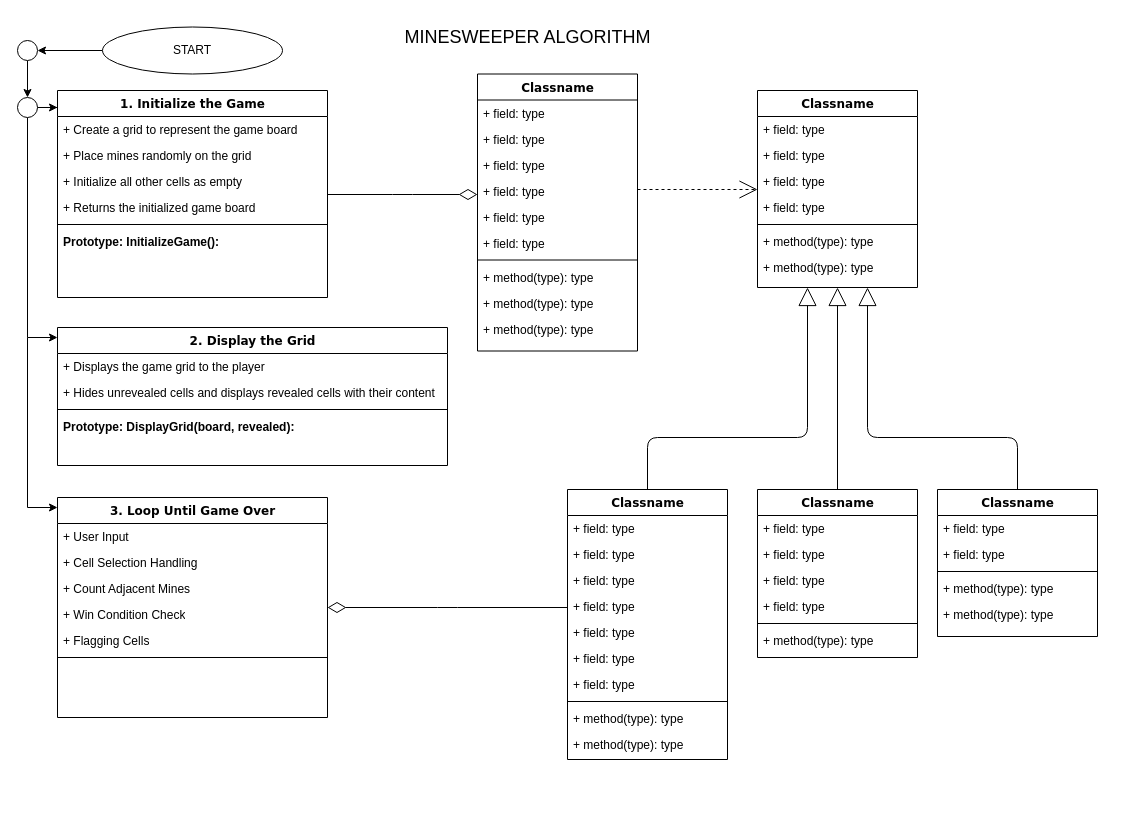
Before: Minesweeper.drawio in lawalTheWest/minesweeper, a draw.io diagram. Source tidied: cells renumbered, new cells numbered last; positions are measured from the earlier drawing's top-left corner, leaving out a move shared by most shapes. Both pictures are drawn from the tidied source at 100%, with x=0, y=0 at pixel (17, 17).
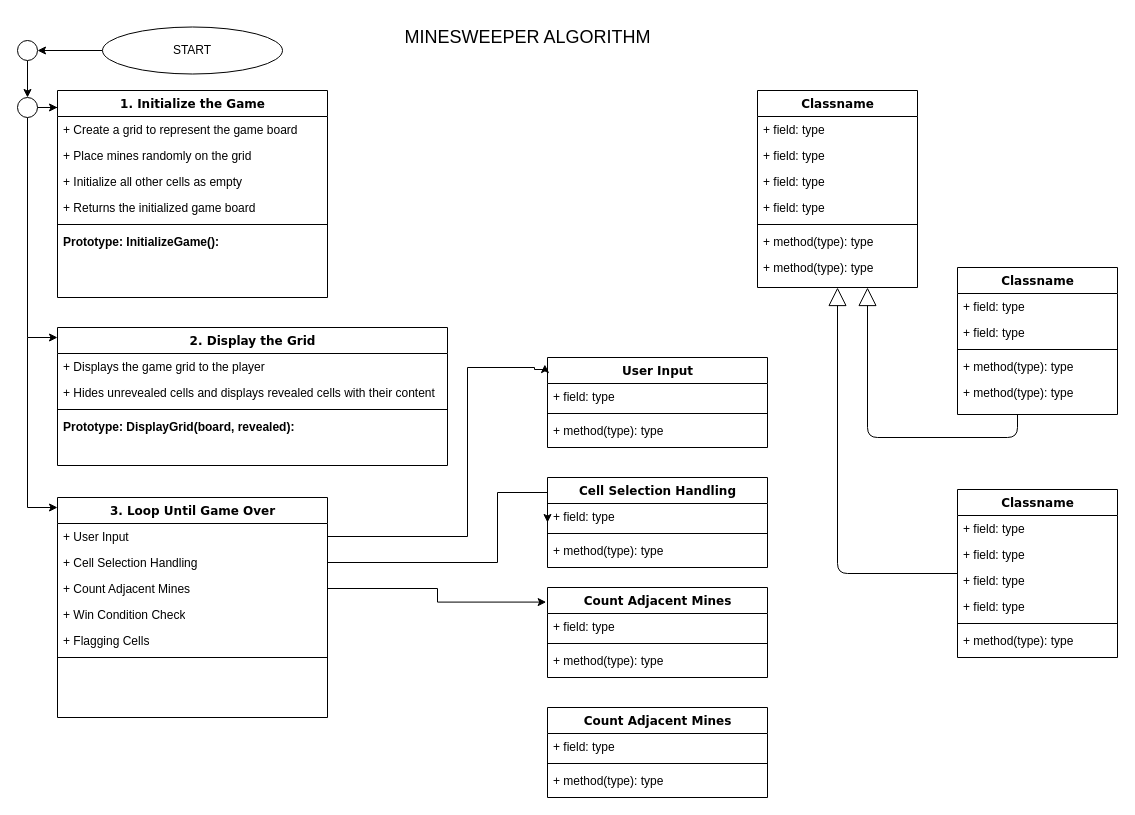
The same page after the edit.

The change refers to these unchanged cells:
```xml
<mxCell id="2" value="1. Initialize the Game" style="swimlane;html=1;fontStyle=1;align=center;verticalAlign=top;horizontal=1;startSize=26;swimlaneFillColor=#ffffff;rounded=0;shadow=0;comic=0;labelBackgroundColor=none;strokeWidth=1;fillColor=none;fontFamily=Verdana;fontSize=12;" parent="1" vertex="1">
  <mxGeometry x="40" y="73" width="270" height="207" as="geometry" />
</mxCell>
<mxCell id="21" value="Classname" style="swimlane;html=1;fontStyle=1;align=center;verticalAlign=top;horizontal=1;startSize=26;swimlaneFillColor=#ffffff;rounded=0;shadow=0;comic=0;labelBackgroundColor=none;strokeWidth=1;fillColor=none;fontFamily=Verdana;fontSize=12;" parent="1" vertex="1">
  <mxGeometry x="740" y="73" width="160" height="197" as="geometry" />
</mxCell>
<mxCell id="35" value="3. Loop Until Game Over" style="swimlane;html=1;fontStyle=1;align=center;verticalAlign=top;horizontal=1;startSize=26;swimlaneFillColor=#ffffff;rounded=0;shadow=0;comic=0;labelBackgroundColor=none;strokeWidth=1;fillColor=none;fontFamily=Verdana;fontSize=12;" parent="1" vertex="1">
  <mxGeometry x="40" y="480" width="270" height="220" as="geometry" />
</mxCell>
<mxCell id="36" value="+&amp;nbsp;User Input" style="text;html=1;strokeColor=none;fillColor=none;align=left;verticalAlign=top;spacingLeft=4;spacingRight=4;whiteSpace=wrap;overflow=hidden;points=[[0,0.5],[1,0.5]];portConstraint=eastwest;" parent="35" vertex="1">
  <mxGeometry y="26" width="270" height="26" as="geometry" />
</mxCell>
<mxCell id="37" value="+&amp;nbsp;Cell Selection Handling" style="text;html=1;strokeColor=none;fillColor=none;align=left;verticalAlign=top;spacingLeft=4;spacingRight=4;whiteSpace=wrap;overflow=hidden;points=[[0,0.5],[1,0.5]];portConstraint=eastwest;" parent="35" vertex="1">
  <mxGeometry y="52" width="270" height="26" as="geometry" />
</mxCell>
<mxCell id="38" value="+ Count Adjacent Mines" style="text;html=1;strokeColor=none;fillColor=none;align=left;verticalAlign=top;spacingLeft=4;spacingRight=4;whiteSpace=wrap;overflow=hidden;points=[[0,0.5],[1,0.5]];portConstraint=eastwest;" parent="35" vertex="1">
  <mxGeometry y="78" width="270" height="26" as="geometry" />
</mxCell>
```

Diff of the diagram source:
```diff
@@
-    <mxCell id="9" style="edgeStyle=elbowEdgeStyle;html=1;labelBackgroundColor=none;startFill=0;startSize=8;endArrow=open;endFill=0;endSize=16;fontFamily=Verdana;fontSize=12;elbow=vertical;dashed=1;" parent="1" edge="1" source="10" target="21">
-      <mxGeometry relative="1" as="geometry" />
-    </mxCell>
-    <mxCell id="10" value="Classname" style="swimlane;html=1;fontStyle=1;align=center;verticalAlign=top;horizontal=1;startSize=26;swimlaneFillColor=#ffffff;rounded=0;shadow=0;comic=0;labelBackgroundColor=none;strokeWidth=1;fillColor=none;fontFamily=Verdana;fontSize=12;" parent="1" vertex="1">
-      <mxGeometry x="460" y="56.5" width="160" height="277" as="geometry" />
+    <mxCell id="10" value="User Input" style="swimlane;html=1;fontStyle=1;align=center;verticalAlign=top;horizontal=1;startSize=26;swimlaneFillColor=#ffffff;rounded=0;shadow=0;comic=0;labelBackgroundColor=none;strokeWidth=1;fillColor=none;fontFamily=Verdana;fontSize=12;" parent="1" vertex="1">
+      <mxGeometry x="530" y="340" width="220" height="90" as="geometry" />
     </mxCell>
     <mxCell id="11" value="+ field: type" style="text;html=1;strokeColor=none;fillColor=none;align=left;verticalAlign=top;spacingLeft=4;spacingRight=4;whiteSpace=wrap;overflow=hidden;" parent="10" vertex="1">
-      <mxGeometry y="26" width="160" height="26" as="geometry" />
+      <mxGeometry y="26" width="220" height="26" as="geometry" />
     </mxCell>
-    <mxCell id="12" value="+ field: type" style="text;html=1;strokeColor=none;fillColor=none;align=left;verticalAlign=top;spacingLeft=4;spacingRight=4;whiteSpace=wrap;overflow=hidden;" parent="10" vertex="1">
-      <mxGeometry y="52" width="160" height="26" as="geometry" />
-    </mxCell>
-    <mxCell id="13" value="+ field: type" style="text;html=1;strokeColor=none;fillColor=none;align=left;verticalAlign=top;spacingLeft=4;spacingRight=4;whiteSpace=wrap;overflow=hidden;" parent="10" vertex="1">
-      <mxGeometry y="78" width="160" height="26" as="geometry" />
-    </mxCell>
-    <mxCell id="14" value="+ field: type" style="text;html=1;strokeColor=none;fillColor=none;align=left;verticalAlign=top;spacingLeft=4;spacingRight=4;whiteSpace=wrap;overflow=hidden;" parent="10" vertex="1">
-      <mxGeometry y="104" width="160" height="26" as="geometry" />
-    </mxCell>
-    <mxCell id="15" value="+ field: type" style="text;html=1;strokeColor=none;fillColor=none;align=left;verticalAlign=top;spacingLeft=4;spacingRight=4;whiteSpace=wrap;overflow=hidden;" parent="10" vertex="1">
-      <mxGeometry y="130" width="160" height="26" as="geometry" />
-    </mxCell>
-    <mxCell id="16" value="+ field: type" style="text;html=1;strokeColor=none;fillColor=none;align=left;verticalAlign=top;spacingLeft=4;spacingRight=4;whiteSpace=wrap;overflow=hidden;" parent="10" vertex="1">
-      <mxGeometry y="156" width="160" height="26" as="geometry" />
-    </mxCell>
     <mxCell id="17" style="line;html=1;strokeWidth=1;fillColor=none;align=left;verticalAlign=middle;spacingTop=-1;spacingLeft=3;spacingRight=3;labelPosition=right;" parent="10" vertex="1">
-      <mxGeometry y="182" width="160" height="8" as="geometry" />
+      <mxGeometry y="52" width="220" height="8" as="geometry" />
     </mxCell>
     <mxCell id="18" value="+ method(type): type" style="text;html=1;strokeColor=none;fillColor=none;align=left;verticalAlign=top;spacingLeft=4;spacingRight=4;whiteSpace=wrap;overflow=hidden;" parent="10" vertex="1">
-      <mxGeometry y="190" width="160" height="26" as="geometry" />
+      <mxGeometry y="60" width="220" height="26" as="geometry" />
     </mxCell>
-    <mxCell id="19" value="+ method(type): type" style="text;html=1;strokeColor=none;fillColor=none;align=left;verticalAlign=top;spacingLeft=4;spacingRight=4;whiteSpace=wrap;overflow=hidden;" parent="10" vertex="1">
-      <mxGeometry y="216" width="160" height="26" as="geometry" />
-    </mxCell>
-    <mxCell id="20" value="+ method(type): type" style="text;html=1;strokeColor=none;fillColor=none;align=left;verticalAlign=top;spacingLeft=4;spacingRight=4;whiteSpace=wrap;overflow=hidden;" parent="10" vertex="1">
-      <mxGeometry y="242" width="160" height="26" as="geometry" />
-    </mxCell>
@@
-    <mxCell id="34" style="edgeStyle=elbowEdgeStyle;html=1;labelBackgroundColor=none;startFill=0;startSize=8;endArrow=diamondThin;endFill=0;endSize=16;fontFamily=Verdana;fontSize=12;elbow=vertical;" parent="1" edge="1" source="43" target="35">
-      <mxGeometry relative="1" as="geometry" />
-    </mxCell>
@@
-    <mxCell id="42" style="edgeStyle=orthogonalEdgeStyle;html=1;labelBackgroundColor=none;startFill=0;startSize=8;endArrow=block;endFill=0;endSize=16;fontFamily=Verdana;fontSize=12;" parent="1" edge="1" source="43" target="21">
-      <mxGeometry relative="1" as="geometry">
-        <Array as="points">
-          <mxPoint x="630" y="420" />
-          <mxPoint x="790" y="420" />
-        </Array>
-      </mxGeometry>
-    </mxCell>
-    <mxCell id="43" value="Classname" style="swimlane;html=1;fontStyle=1;align=center;verticalAlign=top;horizontal=1;startSize=26;swimlaneFillColor=#ffffff;rounded=0;shadow=0;comic=0;labelBackgroundColor=none;strokeWidth=1;fillColor=none;fontFamily=Verdana;fontSize=12;" parent="1" vertex="1">
-      <mxGeometry x="550" y="472" width="160" height="270" as="geometry" />
+    <mxCell id="43" value="Cell Selection Handling" style="swimlane;html=1;fontStyle=1;align=center;verticalAlign=top;horizontal=1;startSize=26;swimlaneFillColor=#ffffff;rounded=0;shadow=0;comic=0;labelBackgroundColor=none;strokeWidth=1;fillColor=none;fontFamily=Verdana;fontSize=12;" parent="1" vertex="1">
+      <mxGeometry x="530" y="460" width="220" height="90" as="geometry" />
     </mxCell>
     <mxCell id="44" value="+ field: type" style="text;html=1;strokeColor=none;fillColor=none;align=left;verticalAlign=top;spacingLeft=4;spacingRight=4;whiteSpace=wrap;overflow=hidden;" parent="43" vertex="1">
-      <mxGeometry y="26" width="160" height="26" as="geometry" />
+      <mxGeometry y="26" width="220" height="26" as="geometry" />
     </mxCell>
-    <mxCell id="45" value="+ field: type" style="text;html=1;strokeColor=none;fillColor=none;align=left;verticalAlign=top;spacingLeft=4;spacingRight=4;whiteSpace=wrap;overflow=hidden;" parent="43" vertex="1">
-      <mxGeometry y="52" width="160" height="26" as="geometry" />
-    </mxCell>
-    <mxCell id="46" value="+ field: type" style="text;html=1;strokeColor=none;fillColor=none;align=left;verticalAlign=top;spacingLeft=4;spacingRight=4;whiteSpace=wrap;overflow=hidden;" parent="43" vertex="1">
-      <mxGeometry y="78" width="160" height="26" as="geometry" />
-    </mxCell>
-    <mxCell id="47" value="+ field: type" style="text;html=1;strokeColor=none;fillColor=none;align=left;verticalAlign=top;spacingLeft=4;spacingRight=4;whiteSpace=wrap;overflow=hidden;" parent="43" vertex="1">
-      <mxGeometry y="104" width="160" height="26" as="geometry" />
-    </mxCell>
-    <mxCell id="48" value="+ field: type" style="text;html=1;strokeColor=none;fillColor=none;align=left;verticalAlign=top;spacingLeft=4;spacingRight=4;whiteSpace=wrap;overflow=hidden;" parent="43" vertex="1">
-      <mxGeometry y="130" width="160" height="26" as="geometry" />
-    </mxCell>
-    <mxCell id="49" value="+ field: type" style="text;html=1;strokeColor=none;fillColor=none;align=left;verticalAlign=top;spacingLeft=4;spacingRight=4;whiteSpace=wrap;overflow=hidden;" parent="43" vertex="1">
-      <mxGeometry y="156" width="160" height="26" as="geometry" />
-    </mxCell>
-    <mxCell id="50" value="+ field: type" style="text;html=1;strokeColor=none;fillColor=none;align=left;verticalAlign=top;spacingLeft=4;spacingRight=4;whiteSpace=wrap;overflow=hidden;" parent="43" vertex="1">
-      <mxGeometry y="182" width="160" height="26" as="geometry" />
-    </mxCell>
     <mxCell id="51" style="line;html=1;strokeWidth=1;fillColor=none;align=left;verticalAlign=middle;spacingTop=-1;spacingLeft=3;spacingRight=3;labelPosition=right;" parent="43" vertex="1">
-      <mxGeometry y="208" width="160" height="8" as="geometry" />
+      <mxGeometry y="52" width="220" height="8" as="geometry" />
     </mxCell>
-    <mxCell id="52" value="+ method(type): type" style="text;html=1;strokeColor=none;fillColor=none;align=left;verticalAlign=top;spacingLeft=4;spacingRight=4;whiteSpace=wrap;overflow=hidden;" parent="43" vertex="1">
-      <mxGeometry y="216" width="160" height="26" as="geometry" />
-    </mxCell>
     <mxCell id="53" value="+ method(type): type" style="text;html=1;strokeColor=none;fillColor=none;align=left;verticalAlign=top;spacingLeft=4;spacingRight=4;whiteSpace=wrap;overflow=hidden;" parent="43" vertex="1">
-      <mxGeometry y="242" width="160" height="26" as="geometry" />
+      <mxGeometry y="60" width="220" height="26" as="geometry" />
     </mxCell>
@@
     <mxCell id="55" value="Classname" style="swimlane;html=1;fontStyle=1;align=center;verticalAlign=top;horizontal=1;startSize=26;swimlaneFillColor=#ffffff;rounded=0;shadow=0;comic=0;labelBackgroundColor=none;strokeWidth=1;fillColor=none;fontFamily=Verdana;fontSize=12;" parent="1" vertex="1">
-      <mxGeometry x="740" y="472" width="160" height="168" as="geometry" />
+      <mxGeometry x="940" y="472" width="160" height="168" as="geometry" />
     </mxCell>
@@
     <mxCell id="63" value="Classname" style="swimlane;html=1;fontStyle=1;align=center;verticalAlign=top;horizontal=1;startSize=26;swimlaneFillColor=#ffffff;rounded=0;shadow=0;comic=0;labelBackgroundColor=none;strokeWidth=1;fillColor=none;fontFamily=Verdana;fontSize=12;" parent="1" vertex="1">
-      <mxGeometry x="920" y="472" width="160" height="147" as="geometry" />
+      <mxGeometry x="940" y="250" width="160" height="147" as="geometry" />
     </mxCell>
@@
-    <mxCell id="69" style="edgeStyle=elbowEdgeStyle;html=1;labelBackgroundColor=none;startFill=0;startSize=8;endArrow=diamondThin;endFill=0;endSize=16;fontFamily=Verdana;fontSize=12;elbow=vertical;" parent="1" edge="1" source="2" target="10">
-      <mxGeometry relative="1" as="geometry" />
-    </mxCell>
@@
+    <mxCell id="79" style="edgeStyle=orthogonalEdgeStyle;rounded=0;jettySize=auto;html=1;entryX=-0.012;entryY=0.078;entryDx=0;entryDy=0;entryPerimeter=0;" parent="1" edge="1" source="36" target="10">
+      <mxGeometry relative="1" as="geometry">
+        <Array as="points">
+          <mxPoint x="450" y="519" />
+          <mxPoint x="450" y="350" />
+          <mxPoint x="517" y="350" />
+          <mxPoint x="517" y="352" />
+        </Array>
+      </mxGeometry>
+    </mxCell>
+    <mxCell id="80" style="edgeStyle=orthogonalEdgeStyle;rounded=0;jettySize=auto;html=1;entryX=0;entryY=0.5;entryDx=0;entryDy=0;" parent="1" edge="1" source="37" target="43">
+      <mxGeometry relative="1" as="geometry">
+        <Array as="points">
+          <mxPoint x="480" y="545" />
+          <mxPoint x="480" y="475" />
+        </Array>
+      </mxGeometry>
+    </mxCell>
+    <mxCell id="81" value="Count Adjacent Mines" style="swimlane;html=1;fontStyle=1;align=center;verticalAlign=top;horizontal=1;startSize=26;swimlaneFillColor=#ffffff;rounded=0;shadow=0;comic=0;labelBackgroundColor=none;strokeWidth=1;fillColor=none;fontFamily=Verdana;fontSize=12;" parent="1" vertex="1">
+      <mxGeometry x="530" y="570" width="220" height="90" as="geometry" />
+    </mxCell>
+    <mxCell id="82" value="+ field: type" style="text;html=1;strokeColor=none;fillColor=none;align=left;verticalAlign=top;spacingLeft=4;spacingRight=4;whiteSpace=wrap;overflow=hidden;" parent="81" vertex="1">
+      <mxGeometry y="26" width="220" height="26" as="geometry" />
+    </mxCell>
+    <mxCell id="83" style="line;html=1;strokeWidth=1;fillColor=none;align=left;verticalAlign=middle;spacingTop=-1;spacingLeft=3;spacingRight=3;labelPosition=right;" parent="81" vertex="1">
+      <mxGeometry y="52" width="220" height="8" as="geometry" />
+    </mxCell>
+    <mxCell id="84" value="+ method(type): type" style="text;html=1;strokeColor=none;fillColor=none;align=left;verticalAlign=top;spacingLeft=4;spacingRight=4;whiteSpace=wrap;overflow=hidden;" parent="81" vertex="1">
+      <mxGeometry y="60" width="220" height="26" as="geometry" />
+    </mxCell>
+    <mxCell id="85" value="Count Adjacent Mines" style="swimlane;html=1;fontStyle=1;align=center;verticalAlign=top;horizontal=1;startSize=26;swimlaneFillColor=#ffffff;rounded=0;shadow=0;comic=0;labelBackgroundColor=none;strokeWidth=1;fillColor=none;fontFamily=Verdana;fontSize=12;" parent="1" vertex="1">
+      <mxGeometry x="530" y="690" width="220" height="90" as="geometry" />
+    </mxCell>
+    <mxCell id="86" value="+ field: type" style="text;html=1;strokeColor=none;fillColor=none;align=left;verticalAlign=top;spacingLeft=4;spacingRight=4;whiteSpace=wrap;overflow=hidden;" parent="85" vertex="1">
+      <mxGeometry y="26" width="220" height="26" as="geometry" />
+    </mxCell>
+    <mxCell id="87" style="line;html=1;strokeWidth=1;fillColor=none;align=left;verticalAlign=middle;spacingTop=-1;spacingLeft=3;spacingRight=3;labelPosition=right;" parent="85" vertex="1">
+      <mxGeometry y="52" width="220" height="8" as="geometry" />
+    </mxCell>
+    <mxCell id="88" value="+ method(type): type" style="text;html=1;strokeColor=none;fillColor=none;align=left;verticalAlign=top;spacingLeft=4;spacingRight=4;whiteSpace=wrap;overflow=hidden;" parent="85" vertex="1">
+      <mxGeometry y="60" width="220" height="26" as="geometry" />
+    </mxCell>
+    <mxCell id="89" style="edgeStyle=orthogonalEdgeStyle;rounded=0;jettySize=auto;html=1;entryX=-0.006;entryY=0.162;entryDx=0;entryDy=0;entryPerimeter=0;" parent="1" edge="1" source="38" target="81">
+      <mxGeometry relative="1" as="geometry" />
+    </mxCell>
```
